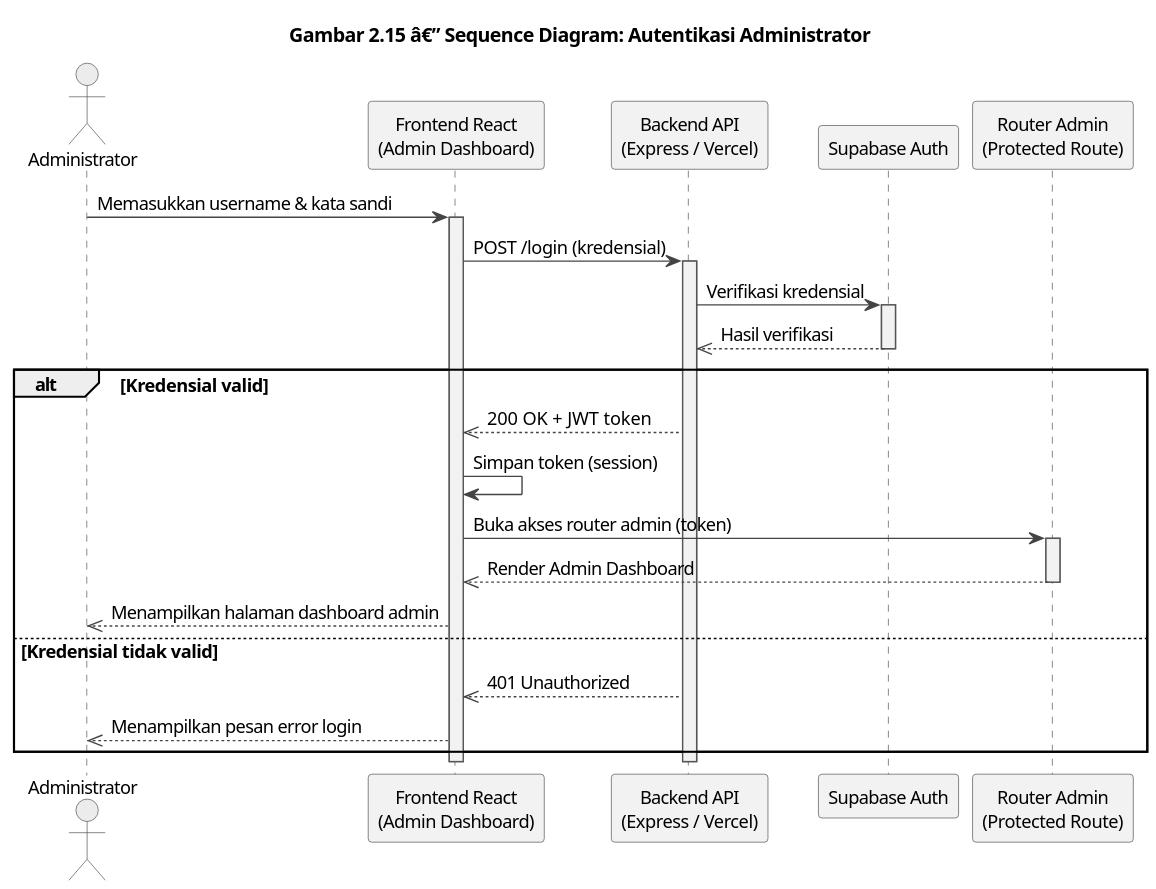
Above: diagrams/gambar-2-15-sequence-autentikasi-admin.svg in Jokskuyy/workflow-ta-proyek (PlantUML), before the change.
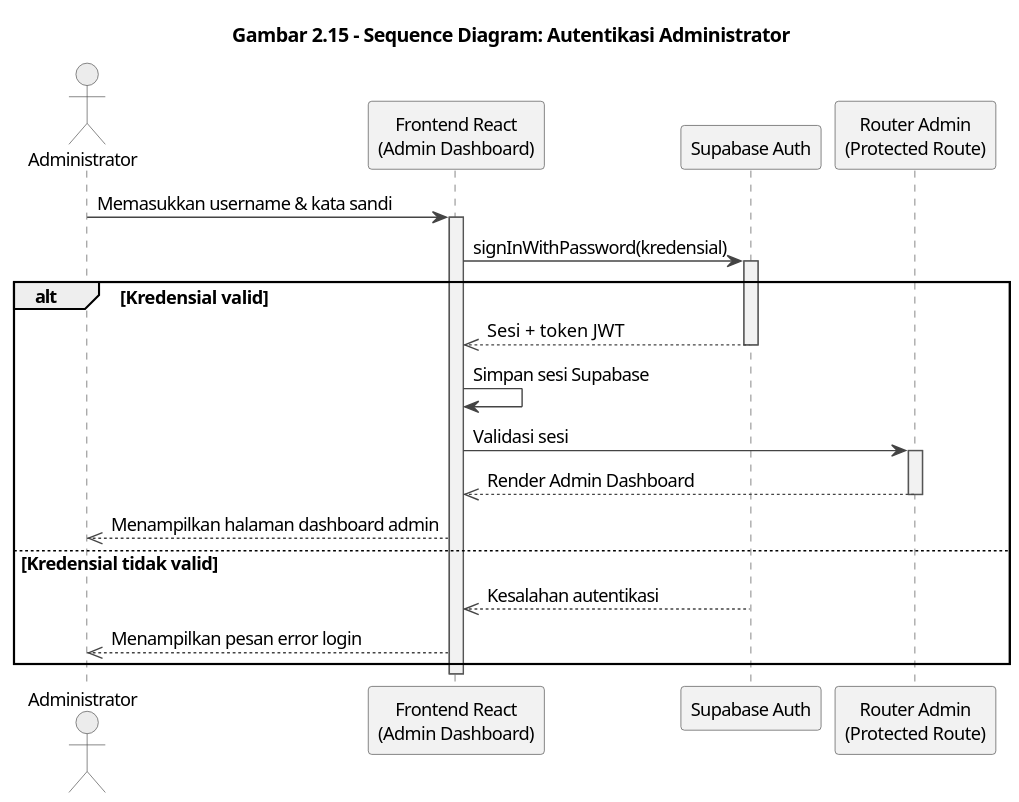
After the commit.

What changed in the source:
```diff
@@ -16,35 +16,31 @@
   BorderColor #555555
 }
 
-title Gambar 2.15 â€” Sequence Diagram: Autentikasi Administrator
+title Gambar 2.15 - Sequence Diagram: Autentikasi Administrator
 
 actor "Administrator" as Admin
 participant "Frontend React\n(Admin Dashboard)" as FE
-participant "Backend API\n(Express / Vercel)" as API
 participant "Supabase Auth" as Auth
 participant "Router Admin\n(Protected Route)" as Router
 
 Admin -> FE : Memasukkan username & kata sandi
 activate FE
-FE -> API : POST /login (kredensial)
-activate API
-API -> Auth : Verifikasi kredensial
+FE -> Auth : signInWithPassword(kredensial)
 activate Auth
-Auth -->> API : Hasil verifikasi
-deactivate Auth
 
 alt Kredensial valid
-  API -->> FE : 200 OK + JWT token
-  FE -> FE : Simpan token (session)
-  FE -> Router : Buka akses router admin (token)
+  Auth -->> FE : Sesi + token JWT
+  deactivate Auth
+  FE -> FE : Simpan sesi Supabase
+  FE -> Router : Validasi sesi
   activate Router
   Router -->> FE : Render Admin Dashboard
   deactivate Router
   FE -->> Admin : Menampilkan halaman dashboard admin
 else Kredensial tidak valid
-  API -->> FE : 401 Unauthorized
+  Auth -->> FE : Kesalahan autentikasi
+  deactivate Auth
   FE -->> Admin : Menampilkan pesan error login
 end
-deactivate API
 deactivate FE
 @enduml
```
